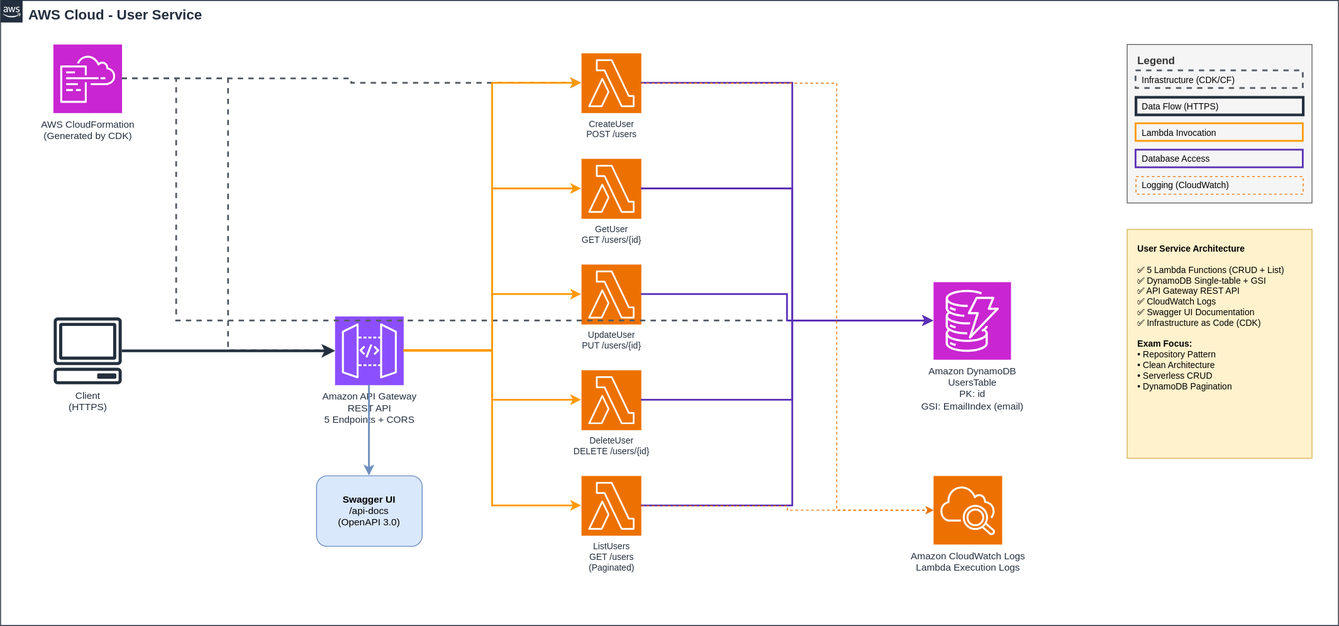
The draw.io diagram docs/Diagrama-arquitectura-user-service.drawio.svg in joseyzambranov/user-service, before a commit. Source tidied: cells renumbered, new cells last; positions are measured from the earlier drawing's top-left corner, leaving out a move shared by most shapes.
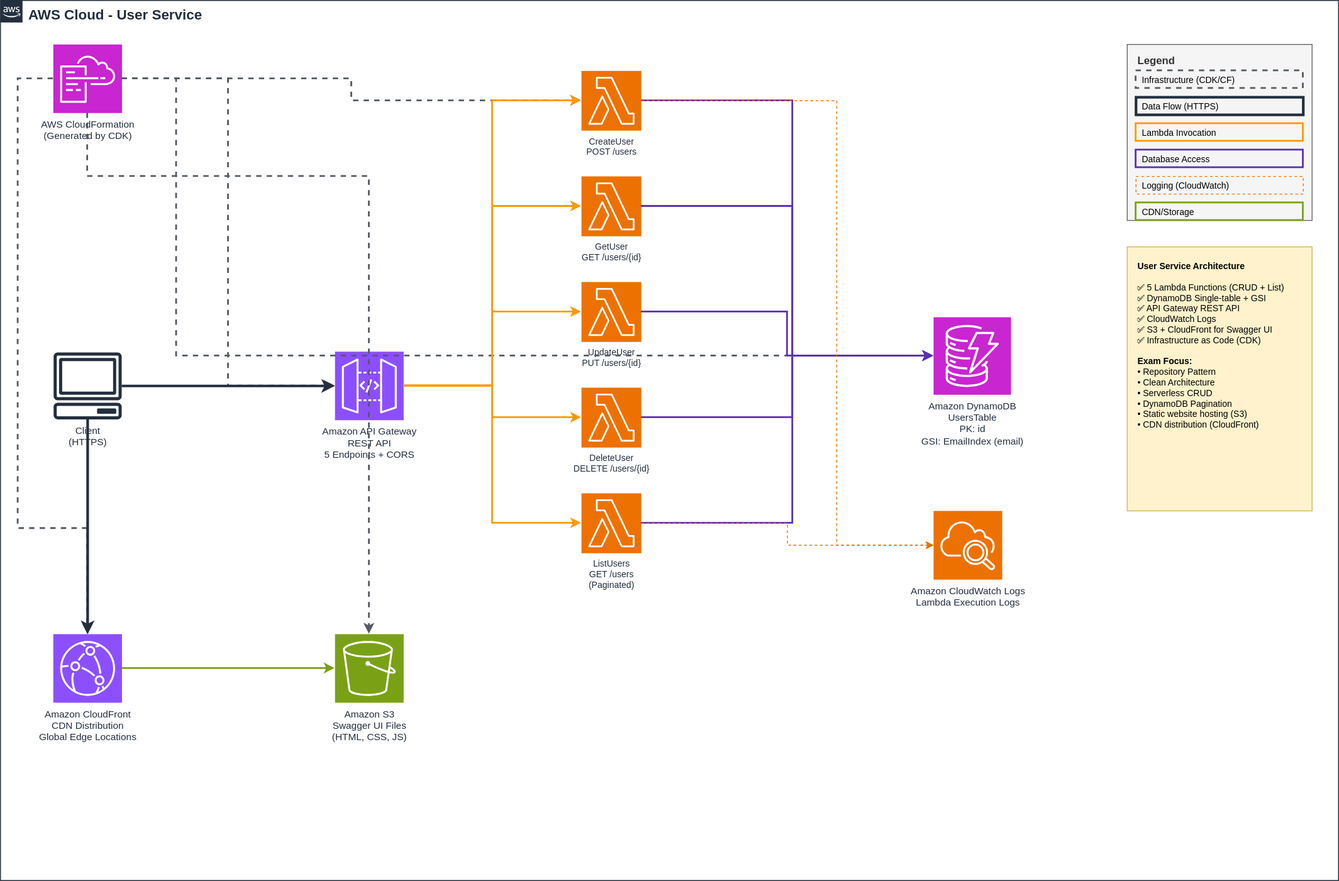
After the commit.

Commit message:
docs: Update architecture diagram to include S3 and CloudFront

- Add S3 bucket for Swagger UI static files
- Add CloudFront distribution for global CDN delivery
- Show connection between Client → CloudFront → S3
- Update legend with CDN/Storage connection type
- Add S3 and CloudFront to architecture notes
- Clarify that CloudFormation creates all infrastructure resources

This diagram now accurately reflects all AWS services deployed by the CDK stack.

🤖 Generated with [Claude Code](https://claude.com/claude-code)

Diff of the diagram source:
```diff
@@ -3,41 +3,44 @@
     <mxCell id="0" />
     <mxCell id="1" parent="0" />
     <mxCell id="2" value="AWS Cloud - User Service" style="gradientColor=none;html=1;whiteSpace=wrap;fontSize=16;fontStyle=1;shape=mxgraph.aws4.group;grIcon=mxgraph.aws4.group_aws_cloud_alt;strokeColor=#232F3E;fillColor=none;verticalAlign=top;align=left;spacingLeft=30;fontColor=#232F3E;dashed=0;" parent="1" vertex="1">
-      <mxGeometry width="1520" height="710" as="geometry" />
+      <mxGeometry width="1520" height="1000" as="geometry" />
     </mxCell>
     <mxCell id="3" value="AWS CloudFormation&lt;br&gt;(Generated by CDK)" style="sketch=0;outlineConnect=0;fontColor=#232F3E;fillColor=#C925D1;strokeColor=#ffffff;dashed=0;verticalLabelPosition=bottom;verticalAlign=top;align=center;html=1;fontSize=11;fontStyle=0;shape=mxgraph.aws4.resourceIcon;resIcon=mxgraph.aws4.cloudformation;" parent="2" vertex="1">
       <mxGeometry x="60" y="50" width="78" height="78" as="geometry" />
     </mxCell>
     <mxCell id="4" value="Client&lt;br&gt;(HTTPS)" style="sketch=0;outlineConnect=0;fontColor=#232F3E;fillColor=#232F3D;strokeColor=none;dashed=0;verticalLabelPosition=bottom;verticalAlign=top;align=center;html=1;fontSize=11;fontStyle=0;shape=mxgraph.aws4.client;" parent="2" vertex="1">
-      <mxGeometry x="60" y="360" width="78" height="76" as="geometry" />
+      <mxGeometry x="60" y="400" width="78" height="76" as="geometry" />
     </mxCell>
     <mxCell id="5" value="Amazon API Gateway&lt;br&gt;REST API&lt;br&gt;5 Endpoints + CORS" style="sketch=0;outlineConnect=0;fontColor=#232F3E;fillColor=#8C4FFF;strokeColor=#ffffff;dashed=0;verticalLabelPosition=bottom;verticalAlign=top;align=center;html=1;fontSize=11;fontStyle=0;shape=mxgraph.aws4.resourceIcon;resIcon=mxgraph.aws4.api_gateway;" parent="2" vertex="1">
-      <mxGeometry x="380" y="359" width="78" height="78" as="geometry" />
+      <mxGeometry x="380" y="399" width="78" height="78" as="geometry" />
     </mxCell>
     <mxCell id="6" value="CreateUser&lt;br&gt;POST /users" style="sketch=0;outlineConnect=0;fontColor=#232F3E;fillColor=#ED7100;strokeColor=#ffffff;dashed=0;verticalLabelPosition=bottom;verticalAlign=top;align=center;html=1;fontSize=10;fontStyle=0;shape=mxgraph.aws4.resourceIcon;resIcon=mxgraph.aws4.lambda;" parent="2" vertex="1">
-      <mxGeometry x="660" y="60" width="68" height="68" as="geometry" />
+      <mxGeometry x="660" y="80" width="68" height="68" as="geometry" />
     </mxCell>
     <mxCell id="7" value="GetUser&lt;br&gt;GET /users/{id}" style="sketch=0;outlineConnect=0;fontColor=#232F3E;fillColor=#ED7100;strokeColor=#ffffff;dashed=0;verticalLabelPosition=bottom;verticalAlign=top;align=center;html=1;fontSize=10;fontStyle=0;shape=mxgraph.aws4.resourceIcon;resIcon=mxgraph.aws4.lambda;" parent="2" vertex="1">
-      <mxGeometry x="660" y="180" width="68" height="68" as="geometry" />
+      <mxGeometry x="660" y="200" width="68" height="68" as="geometry" />
     </mxCell>
     <mxCell id="8" value="UpdateUser&lt;br&gt;PUT /users/{id}" style="sketch=0;outlineConnect=0;fontColor=#232F3E;fillColor=#ED7100;strokeColor=#ffffff;dashed=0;verticalLabelPosition=bottom;verticalAlign=top;align=center;html=1;fontSize=10;fontStyle=0;shape=mxgraph.aws4.resourceIcon;resIcon=mxgraph.aws4.lambda;" parent="2" vertex="1">
-      <mxGeometry x="660" y="300" width="68" height="68" as="geometry" />
+      <mxGeometry x="660" y="320" width="68" height="68" as="geometry" />
     </mxCell>
     <mxCell id="9" value="DeleteUser&lt;br&gt;DELETE /users/{id}" style="sketch=0;outlineConnect=0;fontColor=#232F3E;fillColor=#ED7100;strokeColor=#ffffff;dashed=0;verticalLabelPosition=bottom;verticalAlign=top;align=center;html=1;fontSize=10;fontStyle=0;shape=mxgraph.aws4.resourceIcon;resIcon=mxgraph.aws4.lambda;" parent="2" vertex="1">
-      <mxGeometry x="660" y="420" width="68" height="68" as="geometry" />
+      <mxGeometry x="660" y="440" width="68" height="68" as="geometry" />
     </mxCell>
     <mxCell id="10" value="ListUsers&lt;br&gt;GET /users&lt;br&gt;(Paginated)" style="sketch=0;outlineConnect=0;fontColor=#232F3E;fillColor=#ED7100;strokeColor=#ffffff;dashed=0;verticalLabelPosition=bottom;verticalAlign=top;align=center;html=1;fontSize=10;fontStyle=0;shape=mxgraph.aws4.resourceIcon;resIcon=mxgraph.aws4.lambda;" parent="2" vertex="1">
-      <mxGeometry x="660" y="540" width="68" height="68" as="geometry" />
+      <mxGeometry x="660" y="560" width="68" height="68" as="geometry" />
     </mxCell>
     <mxCell id="11" value="Amazon DynamoDB&lt;br&gt;UsersTable&lt;br&gt;PK: id&lt;br&gt;GSI: EmailIndex (email)" style="sketch=0;outlineConnect=0;fontColor=#232F3E;fillColor=#C925D1;strokeColor=#ffffff;dashed=0;verticalLabelPosition=bottom;verticalAlign=top;align=center;html=1;fontSize=11;fontStyle=0;shape=mxgraph.aws4.resourceIcon;resIcon=mxgraph.aws4.dynamodb;" parent="2" vertex="1">
-      <mxGeometry x="1060" y="320" width="88" height="88" as="geometry" />
+      <mxGeometry x="1060" y="360" width="88" height="88" as="geometry" />
     </mxCell>
     <mxCell id="12" value="Amazon CloudWatch Logs&lt;br&gt;Lambda Execution Logs" style="sketch=0;outlineConnect=0;fontColor=#232F3E;fillColor=#ED7100;strokeColor=#ffffff;dashed=0;verticalLabelPosition=bottom;verticalAlign=top;align=center;html=1;fontSize=11;fontStyle=0;shape=mxgraph.aws4.resourceIcon;resIcon=mxgraph.aws4.cloudwatch_2;" parent="2" vertex="1">
-      <mxGeometry x="1060" y="540" width="78" height="78" as="geometry" />
+      <mxGeometry x="1060" y="580" width="78" height="78" as="geometry" />
     </mxCell>
-    <mxCell id="13" value="&lt;b&gt;Swagger UI&lt;/b&gt;&lt;br&gt;/api-docs&lt;br&gt;(OpenAPI 3.0)" style="rounded=1;whiteSpace=wrap;html=1;fillColor=#dae8fc;strokeColor=#6c8ebf;fontSize=11;verticalAlign=middle;" parent="2" vertex="1">
-      <mxGeometry x="359" y="540" width="120" height="80" as="geometry" />
-    </mxCell>
+    <mxCell id="38" value="Amazon S3&lt;br&gt;Swagger UI Files&lt;br&gt;(HTML, CSS, JS)" style="sketch=0;outlineConnect=0;fontColor=#232F3E;fillColor=#7AA116;strokeColor=#ffffff;dashed=0;verticalLabelPosition=bottom;verticalAlign=top;align=center;html=1;fontSize=11;fontStyle=0;shape=mxgraph.aws4.resourceIcon;resIcon=mxgraph.aws4.s3;" parent="2" vertex="1">
+      <mxGeometry x="380" y="720" width="78" height="78" as="geometry" />
+    </mxCell>
+    <mxCell id="39" value="Amazon CloudFront&lt;br&gt;CDN Distribution&lt;br&gt;Global Edge Locations" style="sketch=0;outlineConnect=0;fontColor=#232F3E;fillColor=#8C4FFF;strokeColor=#ffffff;dashed=0;verticalLabelPosition=bottom;verticalAlign=top;align=center;html=1;fontSize=11;fontStyle=0;shape=mxgraph.aws4.resourceIcon;resIcon=mxgraph.aws4.cloudfront;" parent="2" vertex="1">
+      <mxGeometry x="60" y="720" width="78" height="78" as="geometry" />
+    </mxCell>
     <mxCell id="14" style="edgeStyle=orthogonalEdgeStyle;rounded=0;jettySize=auto;html=1;strokeWidth=2;strokeColor=#545B64;dashed=1;exitX=1;exitY=0.5;exitDx=0;exitDy=0;exitPerimeter=0;entryX=0;entryY=0.5;entryDx=0;entryDy=0;entryPerimeter=0;" parent="2" edge="1" source="3" target="5">
       <mxGeometry relative="1" as="geometry" />
     </mxCell>
@@ -48,13 +51,33 @@
       <mxGeometry relative="1" as="geometry">
         <Array as="points">
           <mxPoint x="200" y="89" />
-          <mxPoint x="200" y="364" />
+          <mxPoint x="200" y="404" />
         </Array>
       </mxGeometry>
     </mxCell>
+    <mxCell id="40" style="edgeStyle=orthogonalEdgeStyle;rounded=0;jettySize=auto;html=1;strokeWidth=2;strokeColor=#545B64;dashed=1;exitX=0.5;exitY=1;exitDx=0;exitDy=0;exitPerimeter=0;entryX=0.5;entryY=0;entryDx=0;entryDy=0;entryPerimeter=0;" parent="2" edge="1" source="3" target="38">
+      <mxGeometry relative="1" as="geometry">
+        <Array as="points">
+          <mxPoint x="99" y="200" />
+          <mxPoint x="419" y="200" />
+        </Array>
+      </mxGeometry>
+    </mxCell>
+    <mxCell id="41" style="edgeStyle=orthogonalEdgeStyle;rounded=0;jettySize=auto;html=1;strokeWidth=2;strokeColor=#545B64;dashed=1;exitX=0;exitY=0.5;exitDx=0;exitDy=0;exitPerimeter=0;entryX=0.5;entryY=0;entryDx=0;entryDy=0;entryPerimeter=0;" parent="2" edge="1" source="3" target="39">
+      <mxGeometry relative="1" as="geometry">
+        <Array as="points">
+          <mxPoint x="20" y="89" />
+          <mxPoint x="20" y="600" />
+          <mxPoint x="99" y="600" />
+        </Array>
+      </mxGeometry>
+    </mxCell>
     <mxCell id="17" style="edgeStyle=orthogonalEdgeStyle;rounded=0;jettySize=auto;html=1;strokeWidth=3;strokeColor=#232F3E;exitX=1;exitY=0.5;exitDx=0;exitDy=0;exitPerimeter=0;entryX=0;entryY=0.5;entryDx=0;entryDy=0;entryPerimeter=0;" parent="2" edge="1" source="4" target="5">
       <mxGeometry relative="1" as="geometry" />
     </mxCell>
+    <mxCell id="42" style="edgeStyle=orthogonalEdgeStyle;rounded=0;jettySize=auto;html=1;strokeWidth=3;strokeColor=#232F3E;exitX=0.5;exitY=1;exitDx=0;exitDy=0;exitPerimeter=0;entryX=0.5;entryY=0;entryDx=0;entryDy=0;entryPerimeter=0;" parent="2" edge="1" source="4" target="39">
+      <mxGeometry relative="1" as="geometry" />
+    </mxCell>
     <mxCell id="18" style="edgeStyle=orthogonalEdgeStyle;rounded=0;jettySize=auto;html=1;strokeWidth=2;strokeColor=#FF9900;exitX=1;exitY=0.5;exitDx=0;exitDy=0;exitPerimeter=0;entryX=0;entryY=0.5;entryDx=0;entryDy=0;entryPerimeter=0;" parent="2" edge="1" source="5" target="6">
       <mxGeometry relative="1" as="geometry" />
     </mxCell>
@@ -73,16 +96,16 @@
     <mxCell id="23" style="edgeStyle=orthogonalEdgeStyle;rounded=0;jettySize=auto;html=1;strokeWidth=2;strokeColor=#5A30B5;exitX=1;exitY=0.5;exitDx=0;exitDy=0;exitPerimeter=0;entryX=0;entryY=0.5;entryDx=0;entryDy=0;entryPerimeter=0;" parent="2" edge="1" source="6" target="11">
       <mxGeometry relative="1" as="geometry">
         <Array as="points">
-          <mxPoint x="900" y="94" />
-          <mxPoint x="900" y="364" />
+          <mxPoint x="900" y="114" />
+          <mxPoint x="900" y="404" />
         </Array>
       </mxGeometry>
     </mxCell>
     <mxCell id="24" style="edgeStyle=orthogonalEdgeStyle;rounded=0;jettySize=auto;html=1;strokeWidth=2;strokeColor=#5A30B5;exitX=1;exitY=0.5;exitDx=0;exitDy=0;exitPerimeter=0;entryX=0;entryY=0.5;entryDx=0;entryDy=0;entryPerimeter=0;" parent="2" edge="1" source="7" target="11">
       <mxGeometry relative="1" as="geometry">
         <Array as="points">
-          <mxPoint x="900" y="214" />
-          <mxPoint x="900" y="364" />
+          <mxPoint x="900" y="234" />
+          <mxPoint x="900" y="404" />
         </Array>
       </mxGeometry>
     </mxCell>
@@ -92,35 +115,35 @@
     <mxCell id="26" style="edgeStyle=orthogonalEdgeStyle;rounded=0;jettySize=auto;html=1;strokeWidth=2;strokeColor=#5A30B5;exitX=1;exitY=0.5;exitDx=0;exitDy=0;exitPerimeter=0;entryX=0;entryY=0.5;entryDx=0;entryDy=0;entryPerimeter=0;" parent="2" edge="1" source="9" target="11">
       <mxGeometry relative="1" as="geometry">
         <Array as="points">
-          <mxPoint x="900" y="454" />
-          <mxPoint x="900" y="364" />
+          <mxPoint x="900" y="474" />
+          <mxPoint x="900" y="404" />
         </Array>
       </mxGeometry>
     </mxCell>
     <mxCell id="27" style="edgeStyle=orthogonalEdgeStyle;rounded=0;jettySize=auto;html=1;strokeWidth=2;strokeColor=#5A30B5;exitX=1;exitY=0.5;exitDx=0;exitDy=0;exitPerimeter=0;entryX=0;entryY=0.5;entryDx=0;entryDy=0;entryPerimeter=0;" parent="2" edge="1" source="10" target="11">
       <mxGeometry relative="1" as="geometry">
         <Array as="points">
-          <mxPoint x="900" y="574" />
-          <mxPoint x="900" y="364" />
+          <mxPoint x="900" y="594" />
+          <mxPoint x="900" y="404" />
         </Array>
       </mxGeometry>
     </mxCell>
     <mxCell id="28" style="edgeStyle=orthogonalEdgeStyle;rounded=0;jettySize=auto;html=1;strokeWidth=1;strokeColor=#ED7100;dashed=1;exitX=1;exitY=0.5;exitDx=0;exitDy=0;exitPerimeter=0;entryX=0;entryY=0.5;entryDx=0;entryDy=0;entryPerimeter=0;" parent="2" edge="1" source="6" target="12">
       <mxGeometry relative="1" as="geometry">
         <Array as="points">
-          <mxPoint x="950" y="94" />
-          <mxPoint x="950" y="579" />
+          <mxPoint x="950" y="114" />
+          <mxPoint x="950" y="619" />
         </Array>
       </mxGeometry>
     </mxCell>
     <mxCell id="29" style="edgeStyle=orthogonalEdgeStyle;rounded=0;jettySize=auto;html=1;strokeWidth=1;strokeColor=#ED7100;dashed=1;exitX=1;exitY=0.5;exitDx=0;exitDy=0;exitPerimeter=0;entryX=0;entryY=0.5;entryDx=0;entryDy=0;entryPerimeter=0;" parent="2" edge="1" source="10" target="12">
       <mxGeometry relative="1" as="geometry" />
     </mxCell>
-    <mxCell id="30" style="edgeStyle=orthogonalEdgeStyle;rounded=0;jettySize=auto;html=1;strokeWidth=2;strokeColor=#6c8ebf;exitX=0.5;exitY=1;exitDx=0;exitDy=0;exitPerimeter=0;entryX=0.5;entryY=0;entryDx=0;entryDy=0;" parent="2" edge="1" source="5" target="13">
-      <mxGeometry relative="1" as="geometry" />
-    </mxCell>
+    <mxCell id="43" style="edgeStyle=orthogonalEdgeStyle;rounded=0;jettySize=auto;html=1;strokeWidth=2;strokeColor=#7AA116;exitX=1;exitY=0.5;exitDx=0;exitDy=0;exitPerimeter=0;entryX=0;entryY=0.5;entryDx=0;entryDy=0;entryPerimeter=0;" parent="2" edge="1" source="39" target="38">
+      <mxGeometry relative="1" as="geometry" />
+    </mxCell>
     <mxCell id="31" value="&lt;b&gt;Legend&lt;/b&gt;" style="rounded=0;whiteSpace=wrap;html=1;fillColor=#f5f5f5;strokeColor=#666666;fontColor=#333333;align=left;verticalAlign=top;spacingLeft=10;spacingTop=5;fontSize=12;" parent="2" vertex="1">
-      <mxGeometry x="1280" y="50" width="210" height="180" as="geometry" />
+      <mxGeometry x="1280" y="50" width="210" height="200" as="geometry" />
     </mxCell>
     <mxCell id="32" value="Infrastructure (CDK/CF)" style="rounded=0;whiteSpace=wrap;html=1;fillColor=none;strokeColor=#545B64;strokeWidth=2;dashed=1;fontSize=10;align=left;spacingLeft=5;" parent="2" vertex="1">
       <mxGeometry x="1290" y="80" width="190" height="20" as="geometry" />
@@ -137,8 +160,11 @@
     <mxCell id="36" value="Logging (CloudWatch)" style="rounded=0;whiteSpace=wrap;html=1;fillColor=none;strokeColor=#ED7100;strokeWidth=1;dashed=1;fontSize=10;align=left;spacingLeft=5;" parent="2" vertex="1">
       <mxGeometry x="1290" y="200" width="190" height="20" as="geometry" />
     </mxCell>
-    <mxCell id="37" value="&lt;b&gt;User Service Architecture&lt;/b&gt;&lt;br&gt;&lt;br&gt;✅ 5 Lambda Functions (CRUD + List)&lt;br&gt;✅ DynamoDB Single-table + GSI&lt;br&gt;✅ API Gateway REST API&lt;br&gt;✅ CloudWatch Logs&lt;br&gt;✅ Swagger UI Documentation&lt;br&gt;✅ Infrastructure as Code (CDK)&lt;br&gt;&lt;br&gt;&lt;b&gt;Exam Focus:&lt;/b&gt;&lt;br&gt;• Repository Pattern&lt;br&gt;• Clean Architecture&lt;br&gt;• Serverless CRUD&lt;br&gt;• DynamoDB Pagination" style="rounded=0;whiteSpace=wrap;html=1;fillColor=#fff2cc;strokeColor=#d6b656;align=left;verticalAlign=top;spacingLeft=10;spacingTop=10;fontSize=10;" parent="2" vertex="1">
-      <mxGeometry x="1280" y="260" width="210" height="260" as="geometry" />
-    </mxCell>
+    <mxCell id="44" value="CDN/Storage" style="rounded=0;whiteSpace=wrap;html=1;fillColor=none;strokeColor=#7AA116;strokeWidth=2;fontSize=10;align=left;spacingLeft=5;" parent="2" vertex="1">
+      <mxGeometry x="1290" y="230" width="190" height="20" as="geometry" />
+    </mxCell>
+    <mxCell id="45" value="&lt;b&gt;User Service Architecture&lt;/b&gt;&lt;br&gt;&lt;br&gt;✅ 5 Lambda Functions (CRUD + List)&lt;br&gt;✅ DynamoDB Single-table + GSI&lt;br&gt;✅ API Gateway REST API&lt;br&gt;✅ CloudWatch Logs&lt;br&gt;✅ S3 + CloudFront for Swagger UI&lt;br&gt;✅ Infrastructure as Code (CDK)&lt;br&gt;&lt;br&gt;&lt;b&gt;Exam Focus:&lt;/b&gt;&lt;br&gt;• Repository Pattern&lt;br&gt;• Clean Architecture&lt;br&gt;• Serverless CRUD&lt;br&gt;• DynamoDB Pagination&lt;br&gt;• Static website hosting (S3)&lt;br&gt;• CDN distribution (CloudFront)" style="rounded=0;whiteSpace=wrap;html=1;fillColor=#fff2cc;strokeColor=#d6b656;align=left;verticalAlign=top;spacingLeft=10;spacingTop=10;fontSize=10;" parent="2" vertex="1">
+      <mxGeometry x="1280" y="280" width="210" height="300" as="geometry" />
+    </mxCell>
   </root>
 </mxGraphModel>
```
